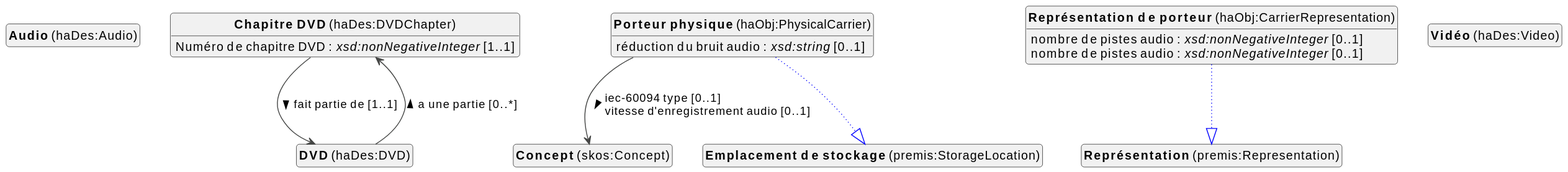
The PlantUML diagram docs/metadata/knowledge-graph/0.0.1/audiovisual/fr/audiovisual-diagram.svg in viaacode/documentation-jekyll, before a commit. Its diagram source:
```plantuml
@startuml
!theme vibrant
skinparam classFontSize 14
!define LIGHTORANGE
skinparam componentStyle uml2
skinparam wrapMessageWidth 1000
skinparam wrapWidth 1000
skinparam shadowing false
skinparam ArrowMessageAlignment left
top to bottom direction


class "<b>Audio</b> (haDes:Audio)" as haDes_Audio [[#haDes%3AAudio]]
class "<b>Chapitre DVD</b> (haDes:DVDChapter)" as haDes_DVDChapter [[#haDes%3ADVDChapter]]
class "<b>Concept</b> (skos:Concept)" as skos_Concept [[../../terms/fr#skos%3AConcept]]
class "<b>DVD</b> (haDes:DVD)" as haDes_DVD [[#haDes%3ADVD]]
class "<b>Porteur physique</b> (haObj:PhysicalCarrier)" as haObj_PhysicalCarrier [[#haObj%3APhysicalCarrier]]
class "<b>Emplacement de stockage</b> (premis:StorageLocation)" as premis_StorageLocation [[#premis%3AStorageLocation]]
class "<b>Représentation de porteur</b> (haObj:CarrierRepresentation)" as haObj_CarrierRepresentation [[#haObj%3ACarrierRepresentation]]
class "<b>Représentation</b> (premis:Representation)" as premis_Representation [[#premis%3ARepresentation]]
class "<b>Vidéo</b> (haDes:Video)" as haDes_Video [[#haDes%3AVideo]]




haDes_DVDChapter : Numéro de chapitre DVD : <i>xsd:nonNegativeInteger</i> [1..1]
haDes_DVDChapter --> haDes_DVD :fait partie de [1..1]  >





haDes_DVD --> haDes_DVDChapter :a une partie [0..*]  >

haObj_PhysicalCarrier --|> premis_StorageLocation #blue;line.dotted;text:blue

haObj_PhysicalCarrier : réduction du bruit audio : <i>xsd:string</i> [0..1]
haObj_PhysicalCarrier --> skos_Concept :iec-60094 type [0..1]  \lvitesse d'enregistrement audio [0..1]  >


haObj_CarrierRepresentation --|> premis_Representation #blue;line.dotted;text:blue

haObj_CarrierRepresentation : nombre de pistes audio : <i>xsd:nonNegativeInteger</i> [0..1]
haObj_CarrierRepresentation : nombre de pistes audio : <i>xsd:nonNegativeInteger</i> [0..1]





hide circle
hide methods
hide empty members
@enduml
```
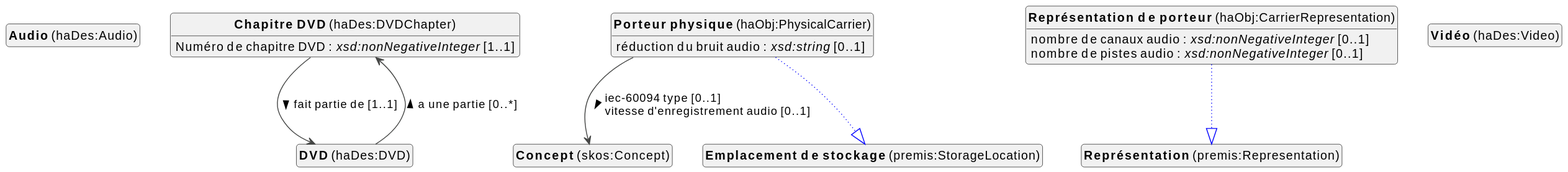
After the change.

What changed in the source:
```diff
@@ -40,7 +40,7 @@
 
 haObj_CarrierRepresentation --|> premis_Representation #blue;line.dotted;text:blue
 
-haObj_CarrierRepresentation : nombre de pistes audio : <i>xsd:nonNegativeInteger</i> [0..1]
+haObj_CarrierRepresentation : nombre de canaux audio : <i>xsd:nonNegativeInteger</i> [0..1]
 haObj_CarrierRepresentation : nombre de pistes audio : <i>xsd:nonNegativeInteger</i> [0..1]
 
 
```
